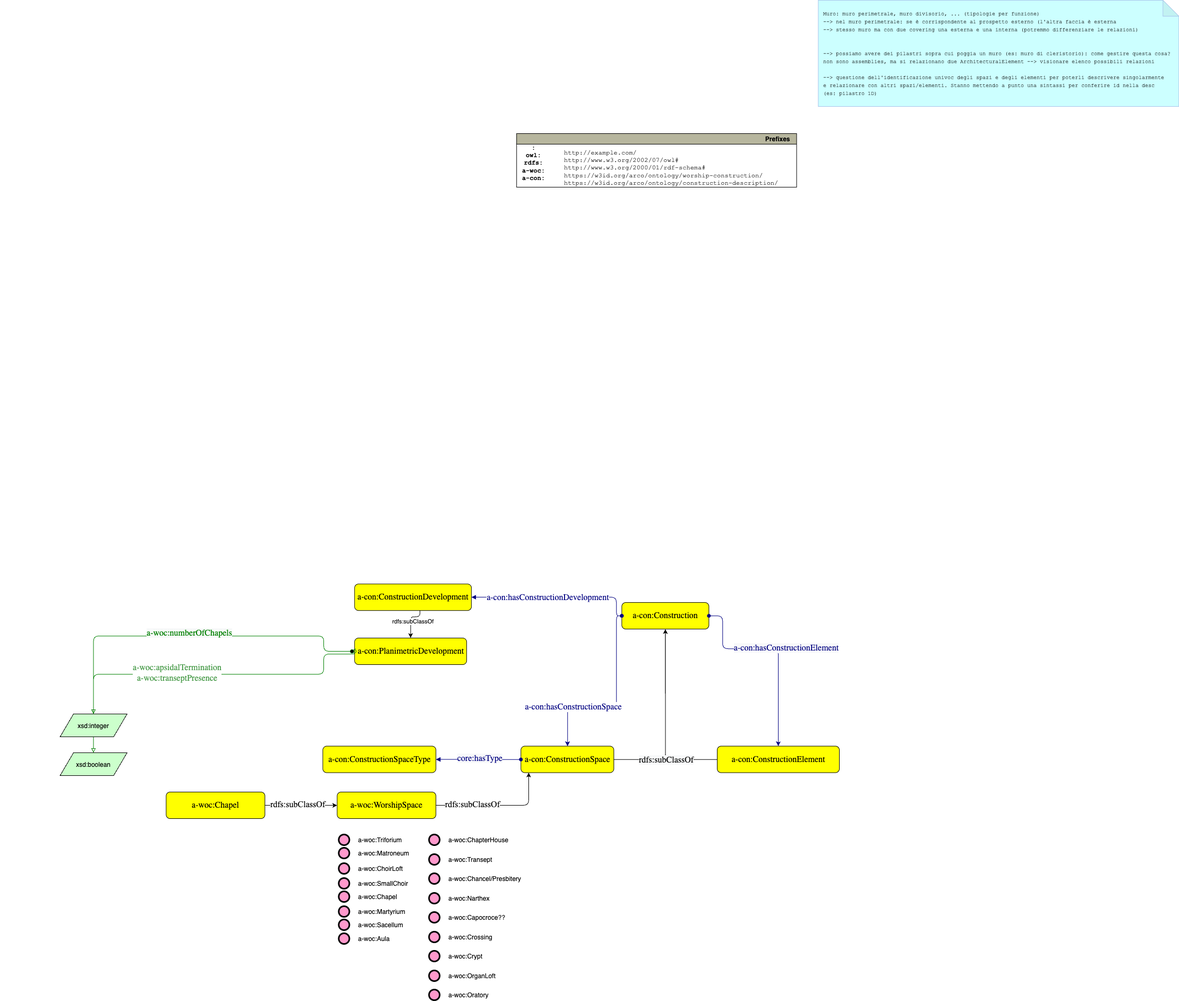
Earlier version of the draw.io export assets/ontologies/worship-construction/worship-construction.png (ICCD-MiBACT/ArCo4Construction). Source tidied: cells renumbered, new cells last; positions are measured from the earlier drawing's top-left corner, leaving out a move shared by most shapes.
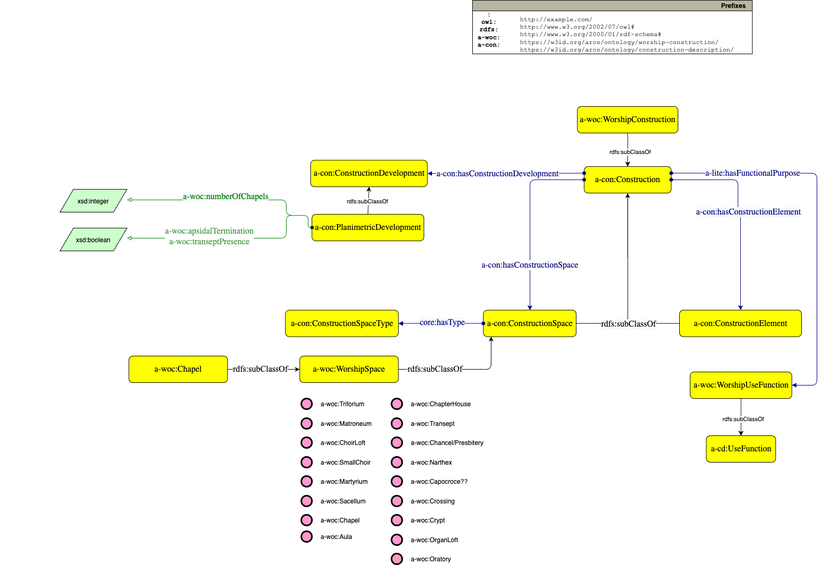
Later version of the same file.

Diff of the diagram source:
```diff
@@ -14,17 +14,15 @@
     <mxCell id="5" value="&lt;span style=&quot;color: rgb(0 , 0 , 128) ; font-family: &amp;#34;dialog&amp;#34; ; font-size: 16px&quot;&gt;a-con:hasConstructionSpace&lt;/span&gt;" style="rounded=1;jettySize=auto;html=1;strokeColor=#000080;startArrow=oval;startFill=1;jumpStyle=none;edgeStyle=orthogonalEdgeStyle;curved=0;" parent="1" edge="1" source="3" target="4">
       <mxGeometry x="0.51" relative="1" as="geometry">
         <Array as="points">
-          <mxPoint x="1160" y="1159" />
-          <mxPoint x="1160" y="1331" />
-          <mxPoint x="1068" y="1331" />
+          <mxPoint x="1068" y="1159" />
         </Array>
       </mxGeometry>
     </mxCell>
     <mxCell id="6" value="&lt;font color=&quot;#000080&quot; face=&quot;dialog&quot;&gt;&lt;span style=&quot;font-size: 16px ; background-color: rgb(248 , 249 , 250)&quot;&gt;a-con:hasConstructionElement&lt;br&gt;&lt;/span&gt;&lt;/font&gt;" style="rounded=1;jettySize=auto;html=1;strokeColor=#000080;startArrow=oval;startFill=1;jumpStyle=none;edgeStyle=orthogonalEdgeStyle;curved=0;" parent="1" edge="1" source="3" target="2">
       <mxGeometry x="0.02" y="-15" relative="1" as="geometry">
         <Array as="points">
-          <mxPoint x="1360" y="1159" />
-          <mxPoint x="1360" y="1221" />
+          <mxPoint x="1460" y="1159" />
+          <mxPoint x="1460" y="1221" />
           <mxPoint x="1465" y="1221" />
         </Array>
         <mxPoint x="30" as="offset" />
@@ -36,9 +34,8 @@
     <mxCell id="8" style="graphMlID=e2;rounded=1;endArrow=block;strokeColor=#008000;strokeWidth=1.0;startArrow=oval;startFill=0;endFill=0;jumpStyle=none;edgeStyle=orthogonalEdgeStyle;exitX=0.85;exitY=0.534;exitDx=0;exitDy=0;exitPerimeter=0;" parent="1" edge="1" source="54" target="30">
       <mxGeometry relative="1" as="geometry">
         <Array as="points">
-          <mxPoint x="669" y="1226" />
-          <mxPoint x="669" y="1231" />
-          <mxPoint x="609" y="1231" />
+          <mxPoint x="650" y="1226" />
+          <mxPoint x="609" y="1226" />
           <mxPoint x="609" y="1269" />
         </Array>
       </mxGeometry>
@@ -51,6 +48,8 @@
     <mxCell id="10" style="graphMlID=e2;rounded=1;endArrow=block;strokeColor=#008000;strokeWidth=1.0;startArrow=oval;startFill=0;endFill=0;entryDx=0;entryDy=0;jumpStyle=none;edgeStyle=orthogonalEdgeStyle;exitX=1.016;exitY=0.534;exitDx=0;exitDy=0;exitPerimeter=0;" parent="1" edge="1" source="54" target="29">
       <mxGeometry relative="1" as="geometry">
         <Array as="points">
+          <mxPoint x="650" y="1249" />
+          <mxPoint x="650" y="1226" />
           <mxPoint x="609" y="1226" />
           <mxPoint x="609" y="1197" />
         </Array>
@@ -72,13 +71,13 @@
       </mxGeometry>
     </mxCell>
     <mxCell id="14" value="&lt;font face=&quot;dialog&quot;&gt;&lt;span style=&quot;font-size: 16px&quot;&gt;a-con:PlanimetricDevelopment&lt;/span&gt;&lt;/font&gt;" style="graphMlID=n4;shape=rect;rounded=1;arcsize=30;fillColor=#FFFF00;strokeColor=#000000;strokeWidth=1.0;fontFamily=Helvetica;fontSize=12;fontColor=#000000;align=center;html=1;" parent="1" vertex="1">
-      <mxGeometry x="667.2" y="1201" width="211" height="50" as="geometry" />
+      <mxGeometry x="657.3" y="1224.1" width="211" height="50" as="geometry" />
     </mxCell>
-    <mxCell id="15" style="graphMlID=e0;rounded=1;endArrow=block;strokeColor=#000080;strokeWidth=1.0;startArrow=oval;startFill=1;endFill=1;entryDx=0;entryDy=0;jumpStyle=none;edgeStyle=orthogonalEdgeStyle;" parent="1" edge="1" source="3" target="18">
+    <mxCell id="15" style="graphMlID=e0;rounded=1;endArrow=block;strokeColor=#000080;strokeWidth=1.0;startArrow=oval;startFill=1;endFill=1;entryDx=0;entryDy=0;jumpStyle=none;edgeStyle=orthogonalEdgeStyle;entryX=1;entryY=0.5;exitX=0;exitY=0.25;exitDx=0;exitDy=0;" parent="1" edge="1" source="3" target="18">
       <mxGeometry relative="1" as="geometry">
         <Array as="points">
-          <mxPoint x="1160" y="1159" />
-          <mxPoint x="1160" y="1124" />
+          <mxPoint x="1110" y="1147" />
+          <mxPoint x="1110" y="1147" />
         </Array>
       </mxGeometry>
     </mxCell>
@@ -87,11 +86,8 @@
         <mxPoint x="-19" y="-2" as="offset" />
       </mxGeometry>
     </mxCell>
-    <mxCell id="17" value="&lt;font size=&quot;1&quot; face=&quot;courier new&quot;&gt;&lt;span style=&quot;text-wrap: nowrap;&quot;&gt;Muro: muro perimetrale, muro divisorio, ... (tipologie per funzione)&lt;/span&gt;&lt;/font&gt;&lt;div&gt;&lt;font size=&quot;1&quot; face=&quot;courier new&quot;&gt;&lt;span style=&quot;text-wrap: nowrap;&quot;&gt;--&amp;gt; nel muro perimetrale: se è corrispondente al prospetto esterno (l'altra faccia è esterna&lt;/span&gt;&lt;/font&gt;&lt;/div&gt;&lt;div&gt;&lt;font size=&quot;1&quot; face=&quot;courier new&quot;&gt;&lt;span style=&quot;text-wrap: nowrap;&quot;&gt;--&amp;gt; stesso muro ma con due covering una esterna e una interna (potremmo differenziare le relazioni)&lt;/span&gt;&lt;/font&gt;&lt;/div&gt;&lt;div&gt;&lt;font size=&quot;1&quot; face=&quot;courier new&quot;&gt;&lt;span style=&quot;text-wrap: nowrap;&quot;&gt;&lt;br&gt;&lt;/span&gt;&lt;/font&gt;&lt;/div&gt;&lt;div&gt;&lt;font size=&quot;1&quot; face=&quot;courier new&quot;&gt;&lt;span style=&quot;text-wrap: nowrap;&quot;&gt;&lt;br&gt;&lt;/span&gt;&lt;/font&gt;&lt;/div&gt;&lt;div&gt;&lt;font size=&quot;1&quot; face=&quot;courier new&quot;&gt;&lt;span style=&quot;text-wrap: nowrap;&quot;&gt;--&amp;gt; possiamo avere dei pilastri sopra cui poggia un muro (es: muro di cleristorio): come gestire questa cosa?&lt;/span&gt;&lt;/font&gt;&lt;/div&gt;&lt;div&gt;&lt;font size=&quot;1&quot; face=&quot;courier new&quot;&gt;&lt;span style=&quot;text-wrap: nowrap;&quot;&gt;non sono assemblies, ma si relazionano due ArchitecturalElement --&amp;gt; visionare elenco possibili relazioni&amp;nbsp;&lt;/span&gt;&lt;/font&gt;&lt;/div&gt;&lt;div&gt;&lt;font size=&quot;1&quot; face=&quot;courier new&quot;&gt;&lt;span style=&quot;text-wrap: nowrap;&quot;&gt;&lt;br&gt;&lt;/span&gt;&lt;/font&gt;&lt;/div&gt;&lt;div&gt;&lt;font size=&quot;1&quot; face=&quot;courier new&quot;&gt;&lt;span style=&quot;text-wrap: nowrap;&quot;&gt;--&amp;gt; questione dell'identificazione univoc degli spazi e degli elementi per poterli descrivere singolarmente&lt;/span&gt;&lt;/font&gt;&lt;/div&gt;&lt;div&gt;&lt;font size=&quot;1&quot; face=&quot;courier new&quot;&gt;&lt;span style=&quot;text-wrap: nowrap;&quot;&gt;e relazionare con altri spazi/elementi. Stanno mettendo a punto una sintassi per conferire id nella desc&lt;/span&gt;&lt;/font&gt;&lt;/div&gt;&lt;div&gt;&lt;font size=&quot;1&quot; face=&quot;courier new&quot;&gt;&lt;span style=&quot;text-wrap: nowrap;&quot;&gt;(es: pilastro 1D)&amp;nbsp;&lt;/span&gt;&lt;/font&gt;&lt;/div&gt;" style="shape=note;whiteSpace=wrap;html=1;backgroundOutline=1;darkOpacity=0.05;strokeColor=#A9C4EB;fillColor=#ccffff;gradientColor=none;align=left;spacingLeft=8;" parent="1" vertex="1">
-      <mxGeometry x="1540.3" width="679" height="200" as="geometry" />
-    </mxCell>
     <mxCell id="18" value="&lt;font face=&quot;dialog&quot;&gt;&lt;span style=&quot;font-size: 16px&quot;&gt;a-con:ConstructionDevelopment&lt;/span&gt;&lt;/font&gt;" style="graphMlID=n4;shape=rect;rounded=1;arcsize=30;fillColor=#FFFF00;strokeColor=#000000;strokeWidth=1.0;fontFamily=Helvetica;fontSize=12;fontColor=#000000;align=center;html=1;" parent="1" vertex="1">
-      <mxGeometry x="667.2" y="1099.2" width="220" height="50" as="geometry" />
+      <mxGeometry x="654.8" y="1122.2" width="220" height="50" as="geometry" />
     </mxCell>
     <mxCell id="19" value="&lt;font style=&quot;font-size: 16px&quot; face=&quot;dialog&quot;&gt;a-woc:Worship&lt;/font&gt;&lt;font style=&quot;font-size: 16px&quot; face=&quot;dialog&quot;&gt;Space&lt;br&gt;&lt;/font&gt;" style="graphMlID=n4;shape=rect;rounded=1;arcsize=30;fillColor=#FFFF00;strokeColor=#000000;strokeWidth=1.0;fontFamily=Helvetica;fontSize=12;fontColor=#000000;align=center;html=1;" parent="1" vertex="1">
       <mxGeometry x="634.3" y="1491" width="186" height="50" as="geometry" />
@@ -99,11 +95,10 @@
     <mxCell id="20" value="&lt;font style=&quot;font-size: 16px&quot; face=&quot;dialog&quot;&gt;a-woc:Chapel&lt;/font&gt;&lt;font style=&quot;font-size: 16px&quot; face=&quot;dialog&quot;&gt;&lt;br&gt;&lt;/font&gt;" style="graphMlID=n4;shape=rect;rounded=1;arcsize=30;fillColor=#FFFF00;strokeColor=#000000;strokeWidth=1.0;fontFamily=Helvetica;fontSize=12;fontColor=#000000;align=center;html=1;" parent="1" vertex="1">
       <mxGeometry x="312.3" y="1491" width="186" height="50" as="geometry" />
     </mxCell>
-    <mxCell id="21" style="endArrow=classic;html=1;textDirection=ltr;rounded=1;entryDx=0;entryDy=0;jumpStyle=none;edgeStyle=orthogonalEdgeStyle;entryX=0.5;entryY=0;" parent="1" edge="1" source="18" target="14">
+    <mxCell id="21" style="endArrow=classic;html=1;textDirection=ltr;rounded=1;jumpStyle=none;edgeStyle=orthogonalEdgeStyle;exitX=0.5;exitY=0;exitDx=0;exitDy=0;entryX=0.5;entryY=1;entryDx=0;entryDy=0;" parent="1" edge="1" source="14" target="18">
       <mxGeometry relative="1" as="geometry">
         <Array as="points">
-          <mxPoint x="790" y="1161" />
-          <mxPoint x="773" y="1161" />
+          <mxPoint x="765" y="1224" />
         </Array>
       </mxGeometry>
     </mxCell>
@@ -111,7 +106,7 @@
       <mxGeometry x="0.04" y="3" relative="1" as="geometry" />
     </mxCell>
     <mxCell id="23" value="Prefixes" style="graphMlID=n0;shape=swimlane;startSize=20;fillColor=#b7b69e;strokeColor=#000000;strokeWidth=1.0;align=right;spacingRight=10;fontStyle=1;" parent="1" vertex="1">
-      <mxGeometry x="972.2" y="251" width="527.3" height="101.1" as="geometry" />
+      <mxGeometry x="960" y="821" width="527.3" height="101.1" as="geometry" />
     </mxCell>
     <mxCell id="24" value="&lt;b&gt;:&lt;br&gt;owl:&lt;/b&gt;&lt;div&gt;&lt;b&gt;rdfs:&lt;br&gt;a-woc:&lt;/b&gt;&lt;div&gt;&lt;b&gt;a-con:&lt;/b&gt;&lt;/div&gt;&lt;/div&gt;" style="text;html=1;align=center;verticalAlign=middle;fontFamily=Courier New;" parent="23" vertex="1">
       <mxGeometry x="-3.6" y="11.1" width="70" height="90" as="geometry" />
@@ -128,7 +123,7 @@
       </mxGeometry>
     </mxCell>
     <mxCell id="28" style="group;" parent="1" vertex="1">
-      <mxGeometry y="1178" width="126.1" height="263" as="geometry" />
+      <mxGeometry x="70" y="1011" width="126.1" height="263" as="geometry" />
     </mxCell>
     <mxCell id="29" value="xsd:integer" style="graphMlID=n6;shape=parallelogram;fillColor=#ccffcc;strokeColor=#000000;strokeWidth=1.0;" parent="28" vertex="1">
       <mxGeometry x="112.6" y="166.1" width="126.1" height="43" as="geometry" />
@@ -136,7 +131,7 @@
     <mxCell id="30" value="xsd:boolean" style="graphMlID=n6;shape=parallelogram;fillColor=#ccffcc;strokeColor=#000000;strokeWidth=1.0;" parent="28" vertex="1">
       <mxGeometry x="112.6" y="239.1" width="126.1" height="43" as="geometry" />
     </mxCell>
-    <mxCell id="31" style="edgeStyle=orthogonalEdgeStyle;rounded=0;jettySize=auto;html=1;entryX=0;entryY=0;entryDx=150;entryDy=35;entryPerimeter=0;dashed=1;" parent="1" edge="1" target="x">
+    <mxCell id="31" style="edgeStyle=orthogonalEdgeStyle;rounded=0;orthogonalLoop=1;jettySize=auto;html=1;entryX=0;entryY=0;entryDx=150;entryDy=35;entryPerimeter=0;dashed=1;" parent="1" edge="1">
       <mxGeometry relative="1" as="geometry">
         <mxPoint x="532.3" y="1252.2" as="sourcePoint" />
         <Array as="points">
@@ -145,11 +140,6 @@
         </Array>
       </mxGeometry>
     </mxCell>
-    <mxCell id="32" style="graphMlID=e2;rounded=1;endArrow=none;strokeColor=#008000;strokeWidth=1.0;startArrow=oval;startFill=0;endFill=0;jumpStyle=none;exitDx=0;exitDy=0;" parent="1" edge="1" source="54">
-      <mxGeometry relative="1" as="geometry">
-        <mxPoint x="669" y="1221" as="targetPoint" />
-      </mxGeometry>
-    </mxCell>
     <mxCell id="33" style="endArrow=classic;html=1;textDirection=ltr;rounded=1;entryDx=0;entryDy=0;jumpStyle=none;edgeStyle=orthogonalEdgeStyle;exitX=1;exitY=0.5;exitDx=0;exitDy=0;entryX=0.084;entryY=0.996;entryPerimeter=0;" parent="1" edge="1" source="19" target="4">
       <mxGeometry relative="1" as="geometry">
         <Array as="points">
@@ -169,25 +159,25 @@
       <mxGeometry x="637.3" y="1571" width="20" height="20" as="geometry" />
     </mxCell>
     <mxCell id="37" value="a-woc:Matroneum" style="graphMlID=n9;shape=ellipse;fillColor=#ff99cc;strokeColor=#000000;strokeWidth=3.0;verticalAlign=middle;labelPosition=right;verticalLabelPosition=middle;align=left;spacingRight=1;spacing=17;" parent="1" vertex="1">
-      <mxGeometry x="637.3" y="1596" width="20" height="20" as="geometry" />
+      <mxGeometry x="637.3" y="1608" width="20" height="20" as="geometry" />
     </mxCell>
     <mxCell id="38" value="a-woc:ChoirLoft" style="graphMlID=n9;shape=ellipse;fillColor=#ff99cc;strokeColor=#000000;strokeWidth=3.0;verticalAlign=middle;labelPosition=right;verticalLabelPosition=middle;align=left;spacingRight=1;spacing=17;" parent="1" vertex="1">
-      <mxGeometry x="637.3" y="1625" width="20" height="20" as="geometry" />
+      <mxGeometry x="637.3" y="1644" width="20" height="20" as="geometry" />
     </mxCell>
     <mxCell id="39" value="a-woc:SmallChoir" style="graphMlID=n9;shape=ellipse;fillColor=#ff99cc;strokeColor=#000000;strokeWidth=3.0;verticalAlign=middle;labelPosition=right;verticalLabelPosition=middle;align=left;spacingRight=1;spacing=17;direction=south;" parent="1" vertex="1">
-      <mxGeometry x="637.3" y="1653" width="20" height="20" as="geometry" />
+      <mxGeometry x="637.3" y="1681" width="20" height="20" as="geometry" />
     </mxCell>
     <mxCell id="40" value="a-woc:OrganLoft" style="graphMlID=n9;shape=ellipse;fillColor=#ff99cc;strokeColor=#000000;strokeWidth=3.0;verticalAlign=middle;labelPosition=right;verticalLabelPosition=middle;align=left;spacingRight=1;spacing=17;" parent="1" vertex="1">
       <mxGeometry x="807.3" y="1827" width="20" height="20" as="geometry" />
     </mxCell>
     <mxCell id="41" value="a-woc:Chapel" style="graphMlID=n9;shape=ellipse;fillColor=#ff99cc;strokeColor=#000000;strokeWidth=3.0;verticalAlign=middle;labelPosition=right;verticalLabelPosition=middle;align=left;spacingRight=1;spacing=17;" parent="1" vertex="1">
-      <mxGeometry x="637.3" y="1678" width="20" height="20" as="geometry" />
+      <mxGeometry x="637.3" y="1790" width="20" height="20" as="geometry" />
     </mxCell>
     <mxCell id="42" value="a-woc:Martyrium" style="graphMlID=n9;shape=ellipse;fillColor=#ff99cc;strokeColor=#000000;strokeWidth=3.0;verticalAlign=middle;labelPosition=right;verticalLabelPosition=middle;align=left;spacingRight=1;spacing=17;direction=south;" parent="1" vertex="1">
-      <mxGeometry x="637.3" y="1706" width="20" height="20" as="geometry" />
+      <mxGeometry x="637.3" y="1717" width="20" height="20" as="geometry" />
     </mxCell>
     <mxCell id="43" value="a-woc:Sacellum" style="graphMlID=n9;shape=ellipse;fillColor=#ff99cc;strokeColor=#000000;strokeWidth=3.0;verticalAlign=middle;labelPosition=right;verticalLabelPosition=middle;align=left;spacingRight=1;spacing=17;" parent="1" vertex="1">
-      <mxGeometry x="637.3" y="1731" width="20" height="20" as="geometry" />
+      <mxGeometry x="637.3" y="1754" width="20" height="20" as="geometry" />
     </mxCell>
     <mxCell id="44" value="a-woc:Oratory" style="graphMlID=n9;shape=ellipse;fillColor=#ff99cc;strokeColor=#000000;strokeWidth=3.0;verticalAlign=middle;labelPosition=right;verticalLabelPosition=middle;align=left;spacingRight=1;spacing=17;" parent="1" vertex="1">
       <mxGeometry x="807.3" y="1863" width="20" height="20" as="geometry" />
@@ -214,13 +204,10 @@
       <mxGeometry x="807.3" y="1790" width="20" height="20" as="geometry" />
     </mxCell>
     <mxCell id="52" value="a-woc:Aula" style="graphMlID=n9;shape=ellipse;fillColor=#ff99cc;strokeColor=#000000;strokeWidth=3.0;verticalAlign=middle;labelPosition=right;verticalLabelPosition=middle;align=left;spacingRight=1;spacing=17;" parent="1" vertex="1">
-      <mxGeometry x="637.3" y="1757" width="20" height="20" as="geometry" />
+      <mxGeometry x="637.3" y="1821" width="20" height="20" as="geometry" />
     </mxCell>
-    <mxCell id="53" style="graphMlID=e2;rounded=1;endArrow=none;strokeColor=#008000;strokeWidth=1.0;startArrow=oval;startFill=0;endFill=0;jumpStyle=none;exitX=0;exitY=0.5;exitDx=0;exitDy=0;" parent="1" edge="1" source="14" target="54">
-      <mxGeometry relative="1" as="geometry" />
-    </mxCell>
     <mxCell id="54" style="shape=waypoint;sketch=0;fillStyle=solid;size=6;points=[];fillColor=none;perimeter=centerPerimeter;snapToPoint=1;" parent="1" vertex="1">
-      <mxGeometry x="652.3" y="1216.1" width="20" height="20" as="geometry" />
+      <mxGeometry x="648" y="1239.1" width="20" height="20" as="geometry" />
     </mxCell>
     <mxCell id="55" style="endArrow=classic;html=1;textDirection=ltr;rounded=1;entryDx=0;entryDy=0;jumpStyle=none;edgeStyle=orthogonalEdgeStyle;exitX=1;exitY=0.5;exitDx=0;exitDy=0;entryX=0;entryY=0.5;" parent="1" edge="1" source="20" target="19">
       <mxGeometry relative="1" as="geometry">
@@ -235,5 +222,40 @@
         <mxPoint x="6" y="-3" as="offset" />
       </mxGeometry>
     </mxCell>
+    <mxCell id="57" value="&lt;font face=&quot;dialog&quot;&gt;&lt;span style=&quot;font-size: 16px&quot;&gt;a-woc:WorshipConstruction&lt;/span&gt;&lt;br&gt;&lt;/font&gt;" style="graphMlID=n4;shape=rect;rounded=1;arcsize=30;fillColor=#FFFF00;strokeColor=#000000;strokeWidth=1.0;fontFamily=Helvetica;fontSize=12;fontColor=#000000;align=center;html=1;" parent="1" vertex="1">
+      <mxGeometry x="1157.5" y="1021" width="189.7" height="50" as="geometry" />
+    </mxCell>
+    <mxCell id="58" style="endArrow=classic;html=1;textDirection=ltr;rounded=1;jumpStyle=none;edgeStyle=orthogonalEdgeStyle;exitX=0.5;exitY=1;exitDx=0;exitDy=0;entryX=0.5;entryY=0;entryDx=0;entryDy=0;" parent="1" edge="1" source="57" target="3">
+      <mxGeometry relative="1" as="geometry">
+        <Array as="points">
+          <mxPoint x="1252" y="1091" />
+          <mxPoint x="1252" y="1091" />
+        </Array>
+      </mxGeometry>
+    </mxCell>
+    <mxCell id="59" value="rdfs:subClassOf" style="edgeLabel;html=1;align=center;verticalAlign=middle;" parent="58" vertex="1">
+      <mxGeometry x="0.04" y="3" relative="1" as="geometry" />
+    </mxCell>
+    <mxCell id="60" value="&lt;font face=&quot;dialog&quot; color=&quot;#000080&quot;&gt;&lt;span style=&quot;font-size: 16px;&quot;&gt;a-lite:hasFunctionalPurpose&lt;/span&gt;&lt;/font&gt;" style="graphMlID=e0;rounded=1;endArrow=block;strokeColor=#000080;strokeWidth=1.0;startArrow=oval;startFill=1;endFill=1;fontFamily=Helvetica;fontSize=11;fontColor=#000000;align=center;html=1;jumpStyle=none;edgeStyle=orthogonalEdgeStyle;curved=0;exitX=1;exitY=0.25;exitDx=0;exitDy=0;entryX=1;entryY=0.5;entryDx=0;entryDy=0;" parent="1" edge="1" source="3" target="61">
+      <mxGeometry x="-0.57" relative="1" as="geometry">
+        <Array as="points">
+          <mxPoint x="1609" y="1147" />
+          <mxPoint x="1609" y="1546" />
+        </Array>
+        <mxPoint x="-1" as="offset" />
+      </mxGeometry>
+    </mxCell>
+    <mxCell id="61" value="&lt;font face=&quot;dialog&quot;&gt;&lt;span style=&quot;font-size: 16px;&quot;&gt;a-woc:WorshipUseFunction&lt;/span&gt;&lt;/font&gt;" style="graphMlID=n4;shape=rect;rounded=1;arcsize=30;fillColor=#FFFF00;strokeColor=#000000;strokeWidth=1.0;fontFamily=Helvetica;fontSize=12;fontColor=#000000;align=center;html=1;flipV=0;" parent="1" vertex="1">
+      <mxGeometry x="1370" y="1521" width="191.7" height="50" as="geometry" />
+    </mxCell>
+    <mxCell id="62" value="&lt;font face=&quot;dialog&quot;&gt;&lt;span style=&quot;font-size: 16px;&quot;&gt;a-cd:UseFunction&lt;/span&gt;&lt;/font&gt;" style="graphMlID=n4;shape=rect;rounded=1;arcsize=30;fillColor=#FFFF00;strokeColor=#000000;strokeWidth=1.0;fontFamily=Helvetica;fontSize=12;fontColor=#000000;align=center;html=1;flipV=0;" parent="1" vertex="1">
+      <mxGeometry x="1400.4" y="1641" width="130.8" height="50" as="geometry" />
+    </mxCell>
+    <mxCell id="63" style="endArrow=classic;html=1;textDirection=ltr;rounded=1;jumpStyle=none;edgeStyle=orthogonalEdgeStyle;exitX=0.5;exitY=1;exitDx=0;exitDy=0;entryX=0.5;entryY=0;entryDx=0;entryDy=0;" parent="1" edge="1" source="61" target="62">
+      <mxGeometry relative="1" as="geometry" />
+    </mxCell>
+    <mxCell id="64" value="rdfs:subClassOf" style="edgeLabel;html=1;align=center;verticalAlign=middle;" parent="63" vertex="1">
+      <mxGeometry x="0.04" y="3" relative="1" as="geometry" />
+    </mxCell>
   </root>
 </mxGraphModel>
```
